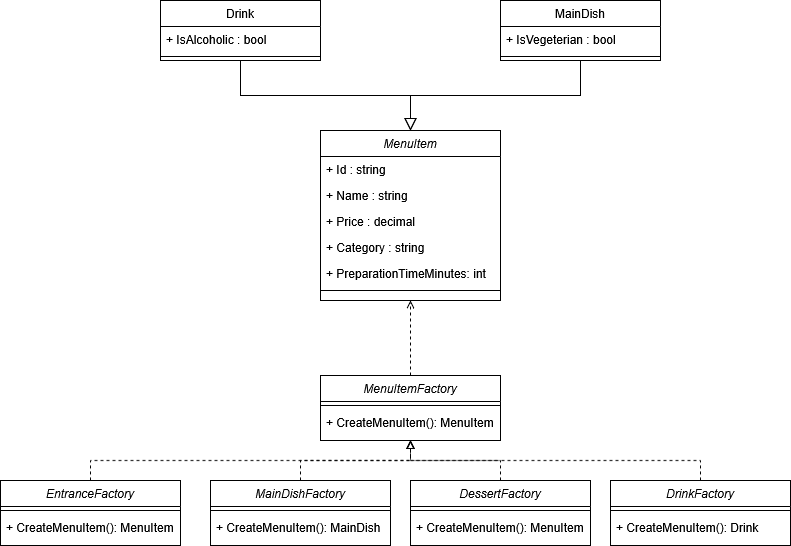
Emeric-Sauthier/design-patterns-api-restaurant keeps this draw.io diagram as FactoryPattern.png. Above is the earlier version. Source tidied: cells renumbered, new cells last; positions are measured from the earlier drawing's top-left corner, leaving out a move shared by most shapes.
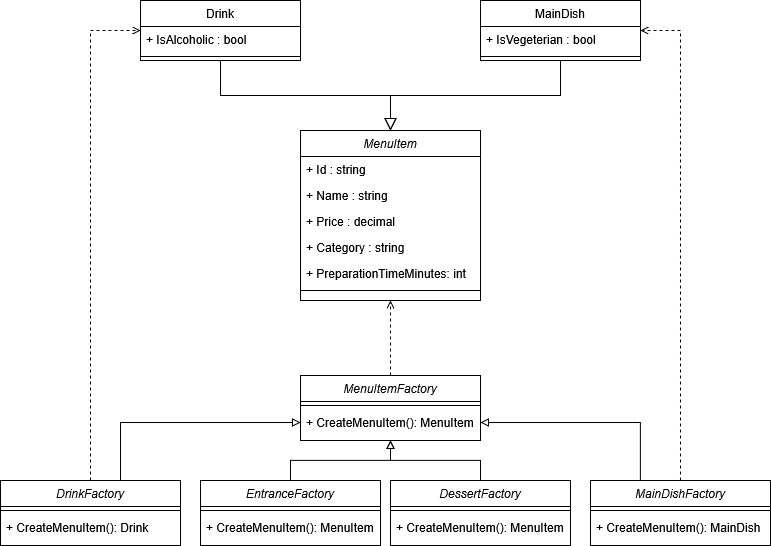
The same file after the commit.

Commit message:
Modification du diagramme de classe Factory

The edit, as a diff of the source:
```diff
@@ -59,31 +59,36 @@
     <mxCell id="20" value="+ CreateMenuItem(): MenuItem" style="text;align=left;verticalAlign=top;spacingLeft=4;spacingRight=4;overflow=hidden;points=[[0,0.5],[1,0.5]];portConstraint=eastwest;rounded=0;shadow=0;html=0;" parent="18" vertex="1">
       <mxGeometry y="34" width="180" height="26" as="geometry" />
     </mxCell>
-    <mxCell id="21" style="edgeStyle=orthogonalEdgeStyle;rounded=0;jettySize=auto;html=1;exitX=0.5;exitY=0;exitDx=0;exitDy=0;entryX=0.5;entryY=1;entryDx=0;entryDy=0;endArrow=block;endFill=0;dashed=1;" parent="1" edge="1" source="22" target="18">
-      <mxGeometry relative="1" as="geometry" />
+    <mxCell id="21" style="edgeStyle=orthogonalEdgeStyle;rounded=0;jettySize=auto;html=1;exitX=0.5;exitY=0;exitDx=0;exitDy=0;endArrow=block;endFill=0;" parent="1" edge="1" source="22" target="20">
+      <mxGeometry relative="1" as="geometry">
+        <Array as="points">
+          <mxPoint x="140" y="480" />
+          <mxPoint x="140" y="422" />
+        </Array>
+      </mxGeometry>
     </mxCell>
-    <mxCell id="22" value="EntranceFactory" style="swimlane;fontStyle=2;align=center;verticalAlign=top;horizontal=1;startSize=26;rounded=0;shadow=0;strokeWidth=1;" parent="1" vertex="1">
-      <mxGeometry y="480" width="180" height="65" as="geometry" />
+    <mxCell id="22" value="DrinkFactory" style="swimlane;fontStyle=2;align=center;verticalAlign=top;horizontal=1;startSize=26;rounded=0;shadow=0;strokeWidth=1;" parent="1" vertex="1">
+      <mxGeometry x="20" y="480" width="180" height="65" as="geometry" />
     </mxCell>
     <mxCell id="23" style="line;html=1;strokeWidth=1;align=left;verticalAlign=middle;spacingTop=-1;spacingLeft=3;spacingRight=3;labelPosition=right;" parent="22" vertex="1">
       <mxGeometry y="26" width="180" height="8" as="geometry" />
     </mxCell>
-    <mxCell id="24" value="+ CreateMenuItem(): MenuItem" style="text;align=left;verticalAlign=top;spacingLeft=4;spacingRight=4;overflow=hidden;rounded=0;shadow=0;html=0;" parent="22" vertex="1">
+    <mxCell id="24" value="+ CreateMenuItem(): Drink" style="text;align=left;verticalAlign=top;spacingLeft=4;spacingRight=4;overflow=hidden;rounded=0;shadow=0;html=0;" parent="22" vertex="1">
       <mxGeometry y="34" width="180" height="26" as="geometry" />
     </mxCell>
-    <mxCell id="25" style="edgeStyle=orthogonalEdgeStyle;rounded=0;jettySize=auto;html=1;exitX=0.5;exitY=0;exitDx=0;exitDy=0;entryX=0.5;entryY=1;entryDx=0;entryDy=0;dashed=1;endArrow=block;endFill=0;" parent="1" edge="1" source="26" target="18">
+    <mxCell id="25" style="edgeStyle=orthogonalEdgeStyle;rounded=0;jettySize=auto;html=1;exitX=0.5;exitY=0;exitDx=0;exitDy=0;entryX=0.5;entryY=1;entryDx=0;entryDy=0;endArrow=block;endFill=0;" parent="1" edge="1" source="26" target="18">
       <mxGeometry relative="1" as="geometry" />
     </mxCell>
-    <mxCell id="26" value="MainDishFactory" style="swimlane;fontStyle=2;align=center;verticalAlign=top;horizontal=1;startSize=26;rounded=0;shadow=0;strokeWidth=1;" parent="1" vertex="1">
-      <mxGeometry x="210" y="480" width="180" height="65" as="geometry" />
+    <mxCell id="26" value="EntranceFactory" style="swimlane;fontStyle=2;align=center;verticalAlign=top;horizontal=1;startSize=26;rounded=0;shadow=0;strokeWidth=1;" parent="1" vertex="1">
+      <mxGeometry x="220" y="480" width="180" height="65" as="geometry" />
     </mxCell>
     <mxCell id="27" style="line;html=1;strokeWidth=1;align=left;verticalAlign=middle;spacingTop=-1;spacingLeft=3;spacingRight=3;labelPosition=right;" parent="26" vertex="1">
       <mxGeometry y="26" width="180" height="8" as="geometry" />
     </mxCell>
-    <mxCell id="28" value="+ CreateMenuItem(): MainDish" style="text;align=left;verticalAlign=top;spacingLeft=4;spacingRight=4;overflow=hidden;rounded=0;shadow=0;html=0;" parent="26" vertex="1">
+    <mxCell id="28" value="+ CreateMenuItem(): MenuItem" style="text;align=left;verticalAlign=top;spacingLeft=4;spacingRight=4;overflow=hidden;rounded=0;shadow=0;html=0;" parent="26" vertex="1">
       <mxGeometry y="34" width="180" height="26" as="geometry" />
     </mxCell>
-    <mxCell id="29" style="edgeStyle=orthogonalEdgeStyle;rounded=0;jettySize=auto;html=1;exitX=0.5;exitY=0;exitDx=0;exitDy=0;entryX=0.5;entryY=1;entryDx=0;entryDy=0;dashed=1;endArrow=block;endFill=0;" parent="1" edge="1" source="30" target="18">
+    <mxCell id="29" style="edgeStyle=orthogonalEdgeStyle;rounded=0;jettySize=auto;html=1;exitX=0.5;exitY=0;exitDx=0;exitDy=0;entryX=0.5;entryY=1;entryDx=0;entryDy=0;endArrow=block;endFill=0;" parent="1" edge="1" source="30" target="18">
       <mxGeometry relative="1" as="geometry" />
     </mxCell>
     <mxCell id="30" value="DessertFactory" style="swimlane;fontStyle=2;align=center;verticalAlign=top;horizontal=1;startSize=26;rounded=0;shadow=0;strokeWidth=1;" parent="1" vertex="1">
@@ -95,17 +100,28 @@
     <mxCell id="32" value="+ CreateMenuItem(): MenuItem" style="text;align=left;verticalAlign=top;spacingLeft=4;spacingRight=4;overflow=hidden;rounded=0;shadow=0;html=0;" parent="30" vertex="1">
       <mxGeometry y="34" width="180" height="26" as="geometry" />
     </mxCell>
-    <mxCell id="33" style="edgeStyle=orthogonalEdgeStyle;rounded=0;jettySize=auto;html=1;exitX=0.5;exitY=0;exitDx=0;exitDy=0;entryX=0.5;entryY=1;entryDx=0;entryDy=0;endArrow=block;endFill=0;dashed=1;" parent="1" edge="1" source="34" target="18">
-      <mxGeometry relative="1" as="geometry" />
+    <mxCell id="33" style="edgeStyle=orthogonalEdgeStyle;rounded=0;jettySize=auto;html=1;exitX=0.5;exitY=0;exitDx=0;exitDy=0;entryX=1;entryY=0.5;entryDx=0;entryDy=0;endArrow=block;endFill=0;" parent="1" edge="1" source="34" target="20">
+      <mxGeometry relative="1" as="geometry">
+        <Array as="points">
+          <mxPoint x="660" y="480" />
+          <mxPoint x="660" y="422" />
+        </Array>
+      </mxGeometry>
     </mxCell>
+    <mxCell id="37" style="edgeStyle=orthogonalEdgeStyle;rounded=0;jettySize=auto;html=1;exitX=0.5;exitY=0;exitDx=0;exitDy=0;entryX=1;entryY=0.5;entryDx=0;entryDy=0;endArrow=open;endFill=0;dashed=1;" parent="1" edge="1" source="34" target="9">
+      <mxGeometry relative="1" as="geometry" />
+    </mxCell>
-    <mxCell id="34" value="DrinkFactory" style="swimlane;fontStyle=2;align=center;verticalAlign=top;horizontal=1;startSize=26;rounded=0;shadow=0;strokeWidth=1;" parent="1" vertex="1">
+    <mxCell id="34" value="MainDishFactory" style="swimlane;fontStyle=2;align=center;verticalAlign=top;horizontal=1;startSize=26;rounded=0;shadow=0;strokeWidth=1;" parent="1" vertex="1">
       <mxGeometry x="610" y="480" width="180" height="65" as="geometry" />
     </mxCell>
     <mxCell id="35" style="line;html=1;strokeWidth=1;align=left;verticalAlign=middle;spacingTop=-1;spacingLeft=3;spacingRight=3;labelPosition=right;" parent="34" vertex="1">
       <mxGeometry y="26" width="180" height="8" as="geometry" />
     </mxCell>
-    <mxCell id="36" value="+ CreateMenuItem(): Drink" style="text;align=left;verticalAlign=top;spacingLeft=4;spacingRight=4;overflow=hidden;rounded=0;shadow=0;html=0;" parent="34" vertex="1">
+    <mxCell id="36" value="+ CreateMenuItem(): MainDish" style="text;align=left;verticalAlign=top;spacingLeft=4;spacingRight=4;overflow=hidden;rounded=0;shadow=0;html=0;" parent="34" vertex="1">
       <mxGeometry y="34" width="180" height="26" as="geometry" />
     </mxCell>
+    <mxCell id="38" style="edgeStyle=orthogonalEdgeStyle;rounded=0;jettySize=auto;html=1;exitX=0.5;exitY=0;exitDx=0;exitDy=0;entryX=0;entryY=0.5;entryDx=0;entryDy=0;dashed=1;endArrow=open;endFill=0;" parent="1" edge="1" source="22" target="13">
+      <mxGeometry relative="1" as="geometry" />
+    </mxCell>
   </root>
 </mxGraphModel>
```
